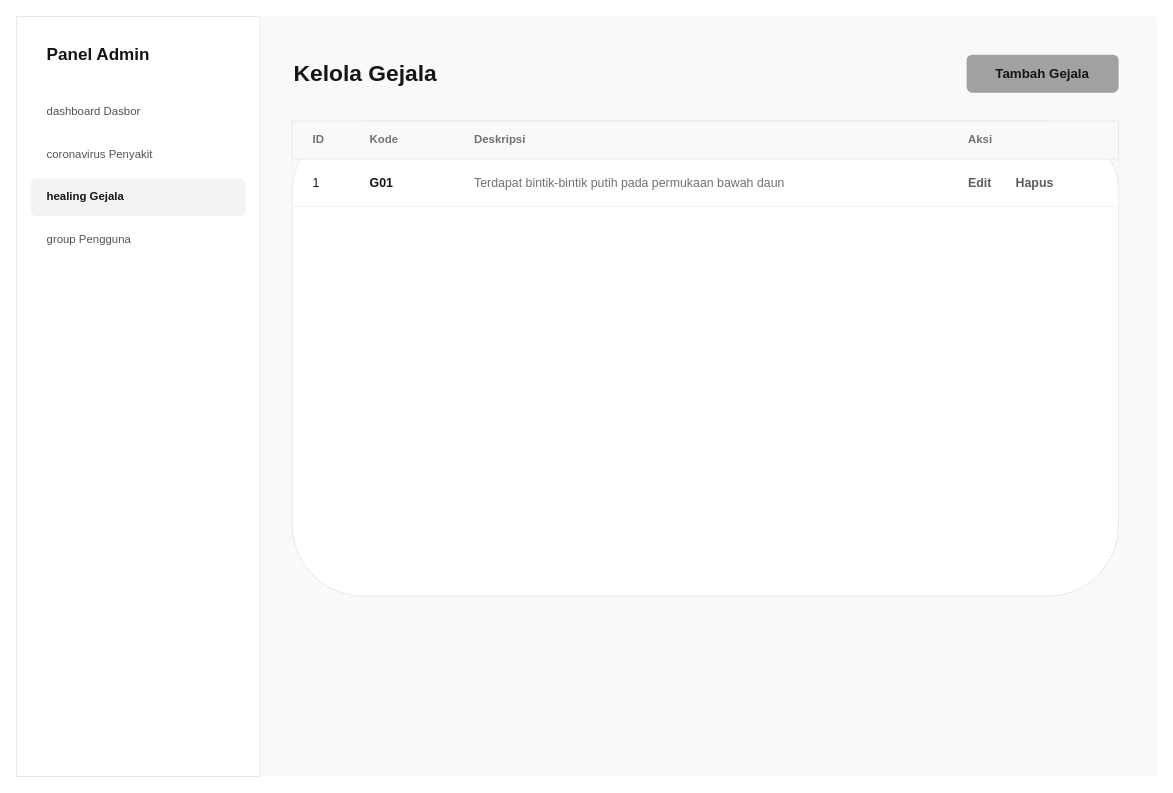
RajaSunrise/kangkungku keeps this draw.io diagram as diagram/desain_backup/admin-lihat-gejala.drawio. Above is the earlier version. Source tidied: cells renumbered, new cells numbered last; positions are measured from the earlier drawing's top-left corner, leaving out a move shared by most shapes. Both pictures are drawn from the tidied source at 95%, with x=0, y=0 at pixel (16, 16).
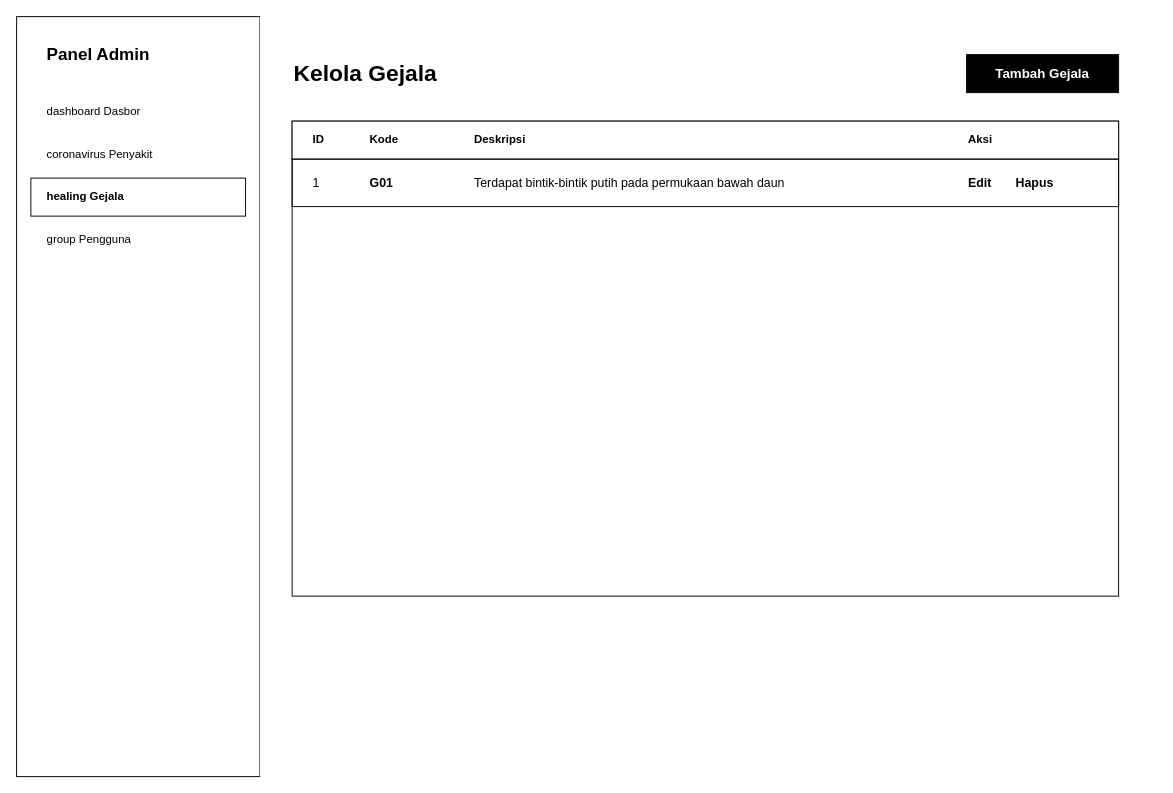
The same page after the edit.

Diff of the diagram source:
```diff
@@
-    <mxCell id="2" style="rounded=0;whiteSpace=wrap;html=1;fillColor=#FFFFFF;strokeColor=#E6E6E6;" parent="1" vertex="1">
+    <mxCell id="2" style="rounded=0;whiteSpace=wrap;html=1;fillColor=#FFFFFF;strokeColor=#000000;" parent="1" vertex="1">
       <mxGeometry width="256" height="800" as="geometry" />
     </mxCell>
-    <mxCell id="3" value="Panel Admin" style="text;html=1;strokeColor=none;fillColor=none;align=left;verticalAlign=middle;whiteSpace=wrap;rounded=0;fontColor=#151515;fontSize=18;fontStyle=1;" parent="1" vertex="1">
+    <mxCell id="3" value="Panel Admin" style="text;html=1;strokeColor=none;fillColor=none;align=left;verticalAlign=middle;whiteSpace=wrap;rounded=0;fontColor=#000000;fontSize=18;fontStyle=1;" parent="1" vertex="1">
       <mxGeometry x="30" y="20" width="200" height="40" as="geometry" />
     </mxCell>
-    <mxCell id="4" value="dashboard  Dasbor" style="rounded=1;whiteSpace=wrap;html=1;fillColor=none;strokeColor=none;fontColor=#535353;align=left;spacingLeft=15;" parent="1" vertex="1">
+    <mxCell id="4" value="dashboard  Dasbor" style="rounded=0;whiteSpace=wrap;html=1;fillColor=none;strokeColor=none;fontColor=#000000;align=left;spacingLeft=15;" parent="1" vertex="1">
       <mxGeometry x="15" y="80" width="226" height="40" as="geometry" />
     </mxCell>
-    <mxCell id="5" value="coronavirus  Penyakit" style="rounded=1;whiteSpace=wrap;html=1;fillColor=none;strokeColor=none;fontColor=#535353;align=left;spacingLeft=15;" parent="1" vertex="1">
+    <mxCell id="5" value="coronavirus  Penyakit" style="rounded=0;whiteSpace=wrap;html=1;fillColor=none;strokeColor=none;fontColor=#000000;align=left;spacingLeft=15;" parent="1" vertex="1">
       <mxGeometry x="15" y="125" width="226" height="40" as="geometry" />
     </mxCell>
-    <mxCell id="6" value="healing  Gejala" style="rounded=1;whiteSpace=wrap;html=1;fillColor=#F3F3F3;strokeColor=none;fontColor=#151515;align=left;spacingLeft=15;fontStyle=1;" parent="1" vertex="1">
+    <mxCell id="6" value="healing  Gejala" style="rounded=0;whiteSpace=wrap;html=1;fillColor=#FFFFFF;strokeColor=#000000;fontColor=#000000;align=left;spacingLeft=15;fontStyle=1;" parent="1" vertex="1">
       <mxGeometry x="15" y="170" width="226" height="40" as="geometry" />
     </mxCell>
-    <mxCell id="7" value="group  Pengguna" style="rounded=1;whiteSpace=wrap;html=1;fillColor=none;strokeColor=none;fontColor=#535353;align=left;spacingLeft=15;" parent="1" vertex="1">
+    <mxCell id="7" value="group  Pengguna" style="rounded=0;whiteSpace=wrap;html=1;fillColor=none;strokeColor=none;fontColor=#000000;align=left;spacingLeft=15;" parent="1" vertex="1">
       <mxGeometry x="15" y="215" width="226" height="40" as="geometry" />
     </mxCell>
-    <mxCell id="8" style="rounded=0;whiteSpace=wrap;html=1;fillColor=#F9F9F9;strokeColor=none;" parent="1" vertex="1">
+    <mxCell id="8" style="rounded=0;whiteSpace=wrap;html=1;fillColor=#FFFFFF;strokeColor=none;" parent="1" vertex="1">
       <mxGeometry x="256" width="944" height="800" as="geometry" />
     </mxCell>
-    <mxCell id="9" value="Kelola Gejala" style="text;html=1;strokeColor=none;fillColor=none;align=left;verticalAlign=middle;whiteSpace=wrap;rounded=0;fontColor=#151515;fontSize=24;fontStyle=1;" parent="1" vertex="1">
+    <mxCell id="9" value="Kelola Gejala" style="text;html=1;strokeColor=none;fillColor=none;align=left;verticalAlign=middle;whiteSpace=wrap;rounded=0;fontColor=#000000;fontSize=24;fontStyle=1;" parent="1" vertex="1">
       <mxGeometry x="290" y="40" width="300" height="40" as="geometry" />
     </mxCell>
-    <mxCell id="10" value="Tambah Gejala" style="rounded=1;whiteSpace=wrap;html=1;fillColor=#A1A1A1;strokeColor=none;fontColor=#151515;fontStyle=1;fontSize=14;" parent="1" vertex="1">
+    <mxCell id="10" value="Tambah Gejala" style="rounded=0;whiteSpace=wrap;html=1;fillColor=#000000;strokeColor=#000000;fontColor=#FFFFFF;fontStyle=1;fontSize=14;" parent="1" vertex="1">
       <mxGeometry x="1000" y="40" width="160" height="40" as="geometry" />
     </mxCell>
-    <mxCell id="11" style="rounded=1;whiteSpace=wrap;html=1;fillColor=#FFFFFF;strokeColor=#E6E6E6;shadow=0;" parent="1" vertex="1">
+    <mxCell id="11" style="rounded=0;whiteSpace=wrap;html=1;fillColor=#FFFFFF;strokeColor=#000000;" parent="1" vertex="1">
       <mxGeometry x="290" y="110" width="870" height="500" as="geometry" />
     </mxCell>
-    <mxCell id="12" style="rounded=0;whiteSpace=wrap;html=1;fillColor=#F9F9F9;strokeColor=#E6E6E6;" parent="1" vertex="1">
+    <mxCell id="12" style="rounded=0;whiteSpace=wrap;html=1;fillColor=#FFFFFF;strokeColor=#000000;" parent="1" vertex="1">
       <mxGeometry x="290" y="110" width="870" height="40" as="geometry" />
     </mxCell>
-    <mxCell id="13" value="ID" style="text;html=1;strokeColor=none;fillColor=none;align=left;verticalAlign=middle;whiteSpace=wrap;rounded=0;fontColor=#717171;fontSize=12;fontStyle=1;" parent="1" vertex="1">
+    <mxCell id="13" value="ID" style="text;html=1;strokeColor=none;fillColor=none;align=left;verticalAlign=middle;whiteSpace=wrap;rounded=0;fontColor=#000000;fontSize=12;fontStyle=1;" parent="1" vertex="1">
       <mxGeometry x="310" y="115" width="50" height="30" as="geometry" />
     </mxCell>
-    <mxCell id="14" value="Kode" style="text;html=1;strokeColor=none;fillColor=none;align=left;verticalAlign=middle;whiteSpace=wrap;rounded=0;fontColor=#717171;fontSize=12;fontStyle=1;" parent="1" vertex="1">
+    <mxCell id="14" value="Kode" style="text;html=1;strokeColor=none;fillColor=none;align=left;verticalAlign=middle;whiteSpace=wrap;rounded=0;fontColor=#000000;fontSize=12;fontStyle=1;" parent="1" vertex="1">
       <mxGeometry x="370" y="115" width="100" height="30" as="geometry" />
     </mxCell>
-    <mxCell id="15" value="Deskripsi" style="text;html=1;strokeColor=none;fillColor=none;align=left;verticalAlign=middle;whiteSpace=wrap;rounded=0;fontColor=#717171;fontSize=12;fontStyle=1;" parent="1" vertex="1">
+    <mxCell id="15" value="Deskripsi" style="text;html=1;strokeColor=none;fillColor=none;align=left;verticalAlign=middle;whiteSpace=wrap;rounded=0;fontColor=#000000;fontSize=12;fontStyle=1;" parent="1" vertex="1">
       <mxGeometry x="480" y="115" width="500" height="30" as="geometry" />
     </mxCell>
-    <mxCell id="16" value="Aksi" style="text;html=1;strokeColor=none;fillColor=none;align=left;verticalAlign=middle;whiteSpace=wrap;rounded=0;fontColor=#717171;fontSize=12;fontStyle=1;" parent="1" vertex="1">
+    <mxCell id="16" value="Aksi" style="text;html=1;strokeColor=none;fillColor=none;align=left;verticalAlign=middle;whiteSpace=wrap;rounded=0;fontColor=#000000;fontSize=12;fontStyle=1;" parent="1" vertex="1">
       <mxGeometry x="1000" y="115" width="100" height="30" as="geometry" />
     </mxCell>
-    <mxCell id="17" style="rounded=0;whiteSpace=wrap;html=1;fillColor=none;strokeColor=#F3F3F3;" parent="1" vertex="1">
+    <mxCell id="17" style="rounded=0;whiteSpace=wrap;html=1;fillColor=none;strokeColor=#000000;" parent="1" vertex="1">
       <mxGeometry x="290" y="150" width="870" height="50" as="geometry" />
     </mxCell>
-    <mxCell id="18" value="1" style="text;html=1;strokeColor=none;fillColor=none;align=left;verticalAlign=middle;whiteSpace=wrap;rounded=0;fontColor=#151515;fontSize=13;" parent="1" vertex="1">
+    <mxCell id="18" value="1" style="text;html=1;strokeColor=none;fillColor=none;align=left;verticalAlign=middle;whiteSpace=wrap;rounded=0;fontColor=#000000;fontSize=13;" parent="1" vertex="1">
       <mxGeometry x="310" y="160" width="50" height="30" as="geometry" />
     </mxCell>
-    <mxCell id="19" value="G01" style="text;html=1;strokeColor=none;fillColor=none;align=left;verticalAlign=middle;whiteSpace=wrap;rounded=0;fontColor=#151515;fontSize=13;fontStyle=1;" parent="1" vertex="1">
+    <mxCell id="19" value="G01" style="text;html=1;strokeColor=none;fillColor=none;align=left;verticalAlign=middle;whiteSpace=wrap;rounded=0;fontColor=#000000;fontSize=13;fontStyle=1;" parent="1" vertex="1">
       <mxGeometry x="370" y="160" width="100" height="30" as="geometry" />
     </mxCell>
-    <mxCell id="20" value="Terdapat bintik-bintik putih pada permukaan bawah daun" style="text;html=1;strokeColor=none;fillColor=none;align=left;verticalAlign=middle;whiteSpace=wrap;rounded=0;fontColor=#717171;fontSize=13;" parent="1" vertex="1">
+    <mxCell id="20" value="Terdapat bintik-bintik putih pada permukaan bawah daun" style="text;html=1;strokeColor=none;fillColor=none;align=left;verticalAlign=middle;whiteSpace=wrap;rounded=0;fontColor=#000000;fontSize=13;" parent="1" vertex="1">
       <mxGeometry x="480" y="160" width="500" height="30" as="geometry" />
     </mxCell>
-    <mxCell id="21" value="Edit" style="text;html=1;strokeColor=none;fillColor=none;align=left;verticalAlign=middle;whiteSpace=wrap;rounded=0;fontColor=#5F5F5F;fontSize=13;fontStyle=1;" parent="1" vertex="1">
+    <mxCell id="21" value="Edit" style="text;html=1;strokeColor=none;fillColor=none;align=left;verticalAlign=middle;whiteSpace=wrap;rounded=0;fontColor=#000000;fontSize=13;fontStyle=1;" parent="1" vertex="1">
       <mxGeometry x="1000" y="160" width="40" height="30" as="geometry" />
     </mxCell>
-    <mxCell id="22" value="Hapus" style="text;html=1;strokeColor=none;fillColor=none;align=left;verticalAlign=middle;whiteSpace=wrap;rounded=0;fontColor=#5C5C5C;fontSize=13;fontStyle=1;" parent="1" vertex="1">
+    <mxCell id="22" value="Hapus" style="text;html=1;strokeColor=none;fillColor=none;align=left;verticalAlign=middle;whiteSpace=wrap;rounded=0;fontColor=#000000;fontSize=13;fontStyle=1;" parent="1" vertex="1">
       <mxGeometry x="1050" y="160" width="50" height="30" as="geometry" />
     </mxCell>
```
